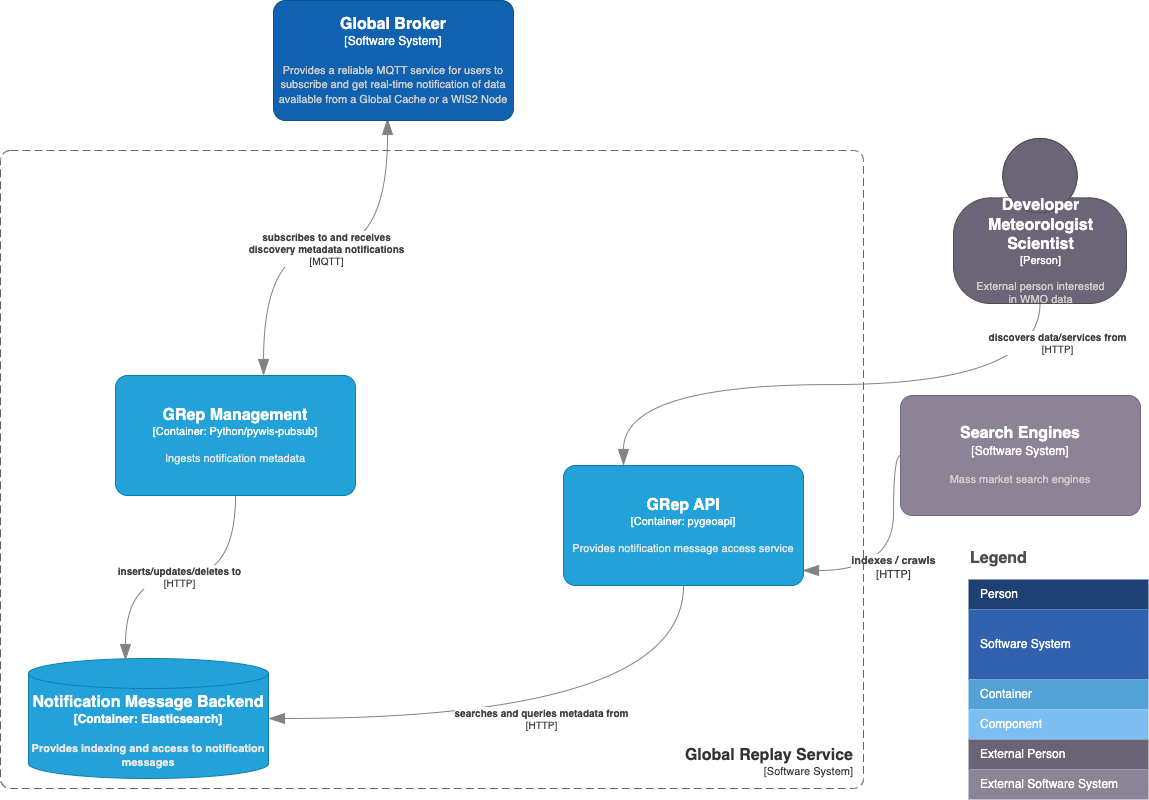
Earlier version of the draw.io export docs/architecture/c4.container.png (wmo-im/wis2-grep). Source tidied: cells renumbered, new cells last; positions are measured from the earlier drawing's top-left corner, leaving out a move shared by most shapes. Its diagram source:
```xml
<mxGraphModel>
  <root>
    <mxCell id="0" />
    <mxCell id="1" parent="0" />
    <mxCell id="2" value="Legend" style="align=left;fontSize=16;fontStyle=1;strokeColor=none;fillColor=none;fontColor=#4D4D4D;spacingTop=-8;" parent="1" vertex="1">
      <mxGeometry x="968" y="545" width="180" height="30" as="geometry" />
    </mxCell>
    <mxCell id="3" style="shape=table;html=1;whiteSpace=wrap;startSize=0;fillColor=none;align=left;spacingLeft=10;strokeColor=none;rounded=1;arcSize=11;fontColor=#FFFFFF;" parent="1" vertex="1">
      <mxGeometry x="968" y="579" width="180" height="220" as="geometry" />
    </mxCell>
    <mxCell id="4" value="Person" style="shape=partialRectangle;html=1;whiteSpace=wrap;fillColor=#1E4074;top=0;left=0;bottom=0;right=0;overflow=hidden;align=left;spacingLeft=10;strokeColor=none;fontColor=#FFFFFF;" parent="3" vertex="1">
      <mxGeometry width="180" height="30" as="geometry" />
    </mxCell>
    <mxCell id="5" value="Software System" style="shape=partialRectangle;html=1;whiteSpace=wrap;fillColor=#3162AF;top=0;left=0;bottom=0;right=0;overflow=hidden;align=left;spacingLeft=10;fontColor=#FFFFFF;" parent="3" vertex="1">
      <mxGeometry y="30" width="180" height="70" as="geometry" />
    </mxCell>
    <mxCell id="6" value="Container" style="shape=partialRectangle;html=1;whiteSpace=wrap;fillColor=#52A2D8;top=0;left=0;bottom=0;right=0;overflow=hidden;align=left;spacingLeft=10;fontColor=#FFFFFF;" parent="3" vertex="1">
      <mxGeometry y="100" width="180" height="30" as="geometry" />
    </mxCell>
    <mxCell id="7" value="Component" style="shape=partialRectangle;html=1;whiteSpace=wrap;fillColor=#7CBEF1;top=0;left=0;bottom=0;right=0;overflow=hidden;align=left;spacingLeft=10;fontColor=#FFFFFF;" parent="3" vertex="1">
      <mxGeometry y="130" width="180" height="30" as="geometry" />
    </mxCell>
    <mxCell id="8" value="External Person" style="shape=partialRectangle;html=1;whiteSpace=wrap;fillColor=#6B6477;top=0;left=0;bottom=0;right=0;overflow=hidden;align=left;spacingLeft=10;fontColor=#FFFFFF;" parent="3" vertex="1">
      <mxGeometry y="160" width="180" height="30" as="geometry" />
    </mxCell>
    <mxCell id="9" value="External Software System" style="shape=partialRectangle;html=1;whiteSpace=wrap;fillColor=#8B8496;top=0;left=0;bottom=0;right=0;overflow=hidden;align=left;spacingLeft=10;fontColor=#FFFFFF;" parent="3" vertex="1">
      <mxGeometry y="190" width="180" height="30" as="geometry" />
    </mxCell>
    <object id="10" label="&lt;div style=&quot;text-align: left&quot;&gt;&lt;div style=&quot;text-align: center&quot;&gt;&lt;b&gt;%c4Description%&lt;/b&gt;&lt;/div&gt;&lt;div style=&quot;text-align: center&quot;&gt;[%c4Technology%]&lt;/div&gt;&lt;/div&gt;" c4Description="discovers data/services from" c4Technology="HTTP" c4Type="Relationship" placeholders="1">
      <mxCell style="endArrow=blockThin;html=1;fontSize=10;fontColor=#404040;strokeWidth=1;endFill=1;strokeColor=#828282;elbow=vertical;endSize=14;startSize=14;jumpStyle=arc;jumpSize=16;rounded=0;edgeStyle=orthogonalEdgeStyle;curved=1;exitX=0.5;exitY=1;exitDx=0;exitDy=0;exitPerimeter=0;entryX=0.25;entryY=0;entryDx=0;entryDy=0;entryPerimeter=0;" parent="1" edge="1" source="20" target="17">
        <mxGeometry x="-0.87" y="18" relative="1" as="geometry" />
      </mxCell>
    </object>
    <object id="11" label="&lt;font style=&quot;font-size: 16px&quot;&gt;&lt;b&gt;%c4Name%&lt;/b&gt;&lt;/font&gt;&lt;div&gt;[%c4Type%]&lt;/div&gt;&lt;br&gt;&lt;div&gt;&lt;font style=&quot;font-size: 11px&quot;&gt;&lt;font color=&quot;#cccccc&quot;&gt;%c4Description%&lt;/font&gt;&lt;/div&gt;" c4Description="Mass market search engines" c4Name="Search Engines" c4Type="Software System" placeholders="1">
      <mxCell style="rounded=1;whiteSpace=wrap;html=1;labelBackgroundColor=none;fillColor=#8C8496;fontColor=#ffffff;align=center;arcSize=10;strokeColor=#736782;points=[[0.25,0,0],[0.5,0,0],[0.75,0,0],[1,0.25,0],[1,0.5,0],[1,0.75,0],[0.75,1,0],[0.5,1,0],[0.25,1,0],[0,0.75,0],[0,0.5,0],[0,0.25,0]];" parent="1" vertex="1">
        <mxGeometry x="900" y="395" width="240" height="120" as="geometry" />
      </mxCell>
    </object>
    <object id="12" label="&lt;div style=&quot;text-align: left; font-size: 11px;&quot;&gt;&lt;div style=&quot;text-align: center; font-size: 11px;&quot;&gt;&lt;b style=&quot;font-size: 11px;&quot;&gt;%c4Description%&lt;/b&gt;&lt;/div&gt;&lt;div style=&quot;text-align: center; font-size: 11px;&quot;&gt;[%c4Technology%]&lt;/div&gt;&lt;/div&gt;" c4Description="indexes / crawls" c4Technology="HTTP" c4Type="Relationship" placeholders="1">
      <mxCell style="endArrow=blockThin;html=1;fontSize=11;fontColor=#404040;strokeWidth=1;endFill=1;strokeColor=#828282;elbow=vertical;endSize=14;startSize=14;jumpStyle=arc;jumpSize=16;rounded=0;edgeStyle=orthogonalEdgeStyle;curved=1;exitX=0;exitY=0.5;exitDx=0;exitDy=0;exitPerimeter=0;entryX=0.996;entryY=0.875;entryDx=0;entryDy=0;entryPerimeter=0;" parent="1" edge="1" source="11" target="17">
        <mxGeometry x="0.12" relative="1" as="geometry">
          <Array as="points">
            <mxPoint x="893" y="455" />
            <mxPoint x="893" y="570" />
          </Array>
        </mxGeometry>
      </mxCell>
    </object>
    <object id="13" label="&lt;div style=&quot;text-align: left&quot;&gt;&lt;div style=&quot;text-align: center&quot;&gt;&lt;b&gt;%c4Description%&lt;/b&gt;&lt;/div&gt;&lt;div style=&quot;text-align: center&quot;&gt;[%c4Technology%]&lt;/div&gt;&lt;/div&gt;" c4Description="subscribes to and receives&#10;discovery metadata notifications" c4Technology="MQTT" c4Type="Relationship" placeholders="1">
      <mxCell style="endArrow=blockThin;html=1;fontSize=10;fontColor=#404040;strokeWidth=1;endFill=1;strokeColor=#828282;elbow=vertical;endSize=14;startSize=14;jumpStyle=arc;jumpSize=16;rounded=0;edgeStyle=orthogonalEdgeStyle;exitX=0.617;exitY=0;exitDx=0;exitDy=0;exitPerimeter=0;entryX=0.475;entryY=0.983;entryDx=0;entryDy=0;entryPerimeter=0;curved=1;startArrow=blockThin;startFill=1;" parent="1" edge="1" source="21" target="18">
        <mxGeometry relative="1" as="geometry" />
      </mxCell>
    </object>
    <object id="14" label="&lt;font style=&quot;font-size: 16px&quot;&gt;&lt;b&gt;%c4Type%&lt;/font&gt;&lt;div&gt;[%c4Container%:&amp;nbsp;%c4Technology%]&lt;/div&gt;&lt;br&gt;&lt;div&gt;&lt;font style=&quot;font-size: 11px&quot;&gt;&lt;font color=&quot;#E6E6E6&quot;&gt;%c4Description%&lt;/font&gt;&lt;/div&gt;" c4Container="Container" c4Description="Provides indexing and access to notification messages" c4Technology="Elasticsearch" c4Type="Notification Message Backend" placeholders="1">
      <mxCell style="shape=cylinder3;size=15;whiteSpace=wrap;html=1;boundedLbl=1;rounded=0;labelBackgroundColor=none;fillColor=#23A2D9;fontSize=12;fontColor=#ffffff;align=center;strokeColor=#0E7DAD;points=[[0.5,0,0],[1,0.25,0],[1,0.5,0],[1,0.75,0],[0.5,1,0],[0,0.75,0],[0,0.5,0],[0,0.25,0]];" parent="1" vertex="1">
        <mxGeometry x="28" y="658" width="240" height="120" as="geometry" />
      </mxCell>
    </object>
    <object id="15" label="&lt;div style=&quot;text-align: left&quot;&gt;&lt;div style=&quot;text-align: center&quot;&gt;&lt;b&gt;%c4Description%&lt;/b&gt;&lt;/div&gt;&lt;div style=&quot;text-align: center&quot;&gt;[%c4Technology%]&lt;/div&gt;&lt;/div&gt;" c4Description="searches and queries metadata from" c4Technology="HTTP" c4Type="Relationship" placeholders="1">
      <mxCell style="endArrow=blockThin;html=1;fontSize=10;fontColor=#404040;strokeWidth=1;endFill=1;strokeColor=#828282;elbow=vertical;endSize=14;startSize=14;jumpStyle=arc;jumpSize=16;rounded=0;edgeStyle=orthogonalEdgeStyle;curved=1;entryX=1;entryY=0.5;entryDx=0;entryDy=0;entryPerimeter=0;exitX=0.5;exitY=1;exitDx=0;exitDy=0;exitPerimeter=0;" parent="1" edge="1" source="17" target="14">
        <mxGeometry relative="1" as="geometry" />
      </mxCell>
    </object>
    <object id="16" label="&lt;div style=&quot;text-align: left&quot;&gt;&lt;div style=&quot;text-align: center&quot;&gt;&lt;b&gt;%c4Description%&lt;/b&gt;&lt;/div&gt;&lt;div style=&quot;text-align: center&quot;&gt;[%c4Technology%]&lt;/div&gt;&lt;/div&gt;" c4Description="inserts/updates/deletes to" c4Technology="HTTP" c4Type="Relationship" placeholders="1">
      <mxCell style="endArrow=blockThin;html=1;fontSize=10;fontColor=#404040;strokeWidth=1;endFill=1;strokeColor=#828282;elbow=vertical;endSize=14;startSize=14;jumpStyle=arc;jumpSize=16;rounded=0;edgeStyle=orthogonalEdgeStyle;curved=1;exitX=0.5;exitY=1;exitDx=0;exitDy=0;exitPerimeter=0;entryX=0.404;entryY=0.017;entryDx=0;entryDy=0;entryPerimeter=0;" parent="1" edge="1" source="21" target="14">
        <mxGeometry relative="1" as="geometry" />
      </mxCell>
    </object>
    <object id="17" label="&lt;font style=&quot;font-size: 16px&quot;&gt;&lt;b&gt;%c4Name%&lt;/b&gt;&lt;/font&gt;&lt;div&gt;[%c4Type%: %c4Technology%]&lt;/div&gt;&lt;br&gt;&lt;div&gt;&lt;font style=&quot;font-size: 11px&quot;&gt;&lt;font color=&quot;#E6E6E6&quot;&gt;%c4Description%&lt;/font&gt;&lt;/div&gt;" c4Description="Provides notification message access service" c4Name="GRep API" c4Technology="pygeoapi" c4Type="Container" placeholders="1">
      <mxCell style="rounded=1;whiteSpace=wrap;html=1;fontSize=11;labelBackgroundColor=none;fillColor=#23A2D9;fontColor=#ffffff;align=center;arcSize=10;strokeColor=#0E7DAD;points=[[0.25,0,0],[0.5,0,0],[0.75,0,0],[1,0.25,0],[1,0.5,0],[1,0.75,0],[0.75,1,0],[0.5,1,0],[0.25,1,0],[0,0.75,0],[0,0.5,0],[0,0.25,0]];" parent="1" vertex="1">
        <mxGeometry x="563" y="465" width="240" height="120" as="geometry" />
      </mxCell>
    </object>
    <object id="18" label="&lt;font style=&quot;font-size: 16px&quot;&gt;&lt;b&gt;%c4Name%&lt;/b&gt;&lt;/font&gt;&lt;div&gt;[%c4Type%]&lt;/div&gt;&lt;br&gt;&lt;div&gt;&lt;font style=&quot;font-size: 11px&quot;&gt;&lt;font color=&quot;#cccccc&quot;&gt;%c4Description%&lt;/font&gt;&lt;/div&gt;" c4Description="Provides a reliable MQTT service for users to subscribe and get real-time notification of data available from a Global Cache or a WIS2 Node" c4Name="Global Broker" c4Type="Software System" placeholders="1">
      <mxCell style="rounded=1;whiteSpace=wrap;html=1;labelBackgroundColor=none;fillColor=#1061B0;fontColor=#ffffff;align=center;arcSize=10;strokeColor=#0D5091;points=[[0.25,0,0],[0.5,0,0],[0.75,0,0],[1,0.25,0],[1,0.5,0],[1,0.75,0],[0.75,1,0],[0.5,1,0],[0.25,1,0],[0,0.75,0],[0,0.5,0],[0,0.25,0]];" parent="1" vertex="1">
        <mxGeometry x="273" width="240" height="120" as="geometry" />
      </mxCell>
    </object>
    <object id="19" label="&lt;font style=&quot;font-size: 16px&quot;&gt;&lt;b&gt;&lt;div style=&quot;&quot;&gt;%c4Name%&lt;/div&gt;&lt;/b&gt;&lt;/font&gt;&lt;div style=&quot;&quot;&gt;[%c4Application%]&lt;/div&gt;" c4Application="Software System" c4Name="Global Replay Service" c4Type="SystemScopeBoundary" placeholders="1">
      <mxCell style="rounded=1;fontSize=11;whiteSpace=wrap;html=1;dashed=1;arcSize=20;fillColor=none;strokeColor=#666666;fontColor=#333333;labelBackgroundColor=none;align=right;verticalAlign=bottom;labelBorderColor=none;spacingTop=0;spacing=10;dashPattern=8 4;perimeter=rectanglePerimeter;noLabel=0;labelPadding=0;absoluteArcSize=1;" parent="1" vertex="1">
        <mxGeometry y="150" width="863" height="638" as="geometry" />
      </mxCell>
    </object>
    <object id="20" label="&lt;font style=&quot;font-size: 16px&quot;&gt;&lt;b&gt;%c4Name%&lt;/b&gt;&lt;/font&gt;&lt;div&gt;[%c4Type%]&lt;/div&gt;&lt;br&gt;&lt;div&gt;&lt;font style=&quot;font-size: 11px&quot;&gt;&lt;font color=&quot;#cccccc&quot;&gt;%c4Description%&lt;/font&gt;&lt;/div&gt;" c4Description="External person interested &#10;in WMO data" c4Name="Developer &#10;Meteorologist &#10;Scientist" c4Type="Person" placeholders="1">
      <mxCell style="html=1;fontSize=11;dashed=0;whitespace=wrap;fillColor=#6C6477;strokeColor=#4D4D4D;fontColor=#ffffff;shape=mxgraph.c4.person2;align=center;points=[[0.5,0,0],[1,0.5,0],[1,0.75,0],[0.75,1,0],[0.5,1,0],[0.25,1,0],[0,0.75,0],[0,0.5,0]];" parent="1" vertex="1">
        <mxGeometry x="953" y="138" width="173" height="165" as="geometry" />
      </mxCell>
    </object>
    <object id="21" label="&lt;font style=&quot;font-size: 16px&quot;&gt;&lt;b&gt;%c4Name%&lt;/b&gt;&lt;/font&gt;&lt;div&gt;[%c4Type%: %c4Technology%]&lt;/div&gt;&lt;br&gt;&lt;div&gt;&lt;font style=&quot;font-size: 11px&quot;&gt;&lt;font color=&quot;#E6E6E6&quot;&gt;%c4Description%&lt;/font&gt;&lt;/div&gt;" c4Description="Ingests notification metadata" c4Name="GRep Management" c4Technology="Python/pywis-pubsub" c4Type="Container" placeholders="1">
      <mxCell style="rounded=1;whiteSpace=wrap;html=1;fontSize=11;labelBackgroundColor=none;fillColor=#23A2D9;fontColor=#ffffff;align=center;arcSize=10;strokeColor=#0E7DAD;points=[[0.25,0,0],[0.5,0,0],[0.75,0,0],[1,0.25,0],[1,0.5,0],[1,0.75,0],[0.75,1,0],[0.5,1,0],[0.25,1,0],[0,0.75,0],[0,0.5,0],[0,0.25,0]];" parent="1" vertex="1">
        <mxGeometry x="115" y="375" width="240" height="120" as="geometry" />
      </mxCell>
    </object>
  </root>
</mxGraphModel>
```
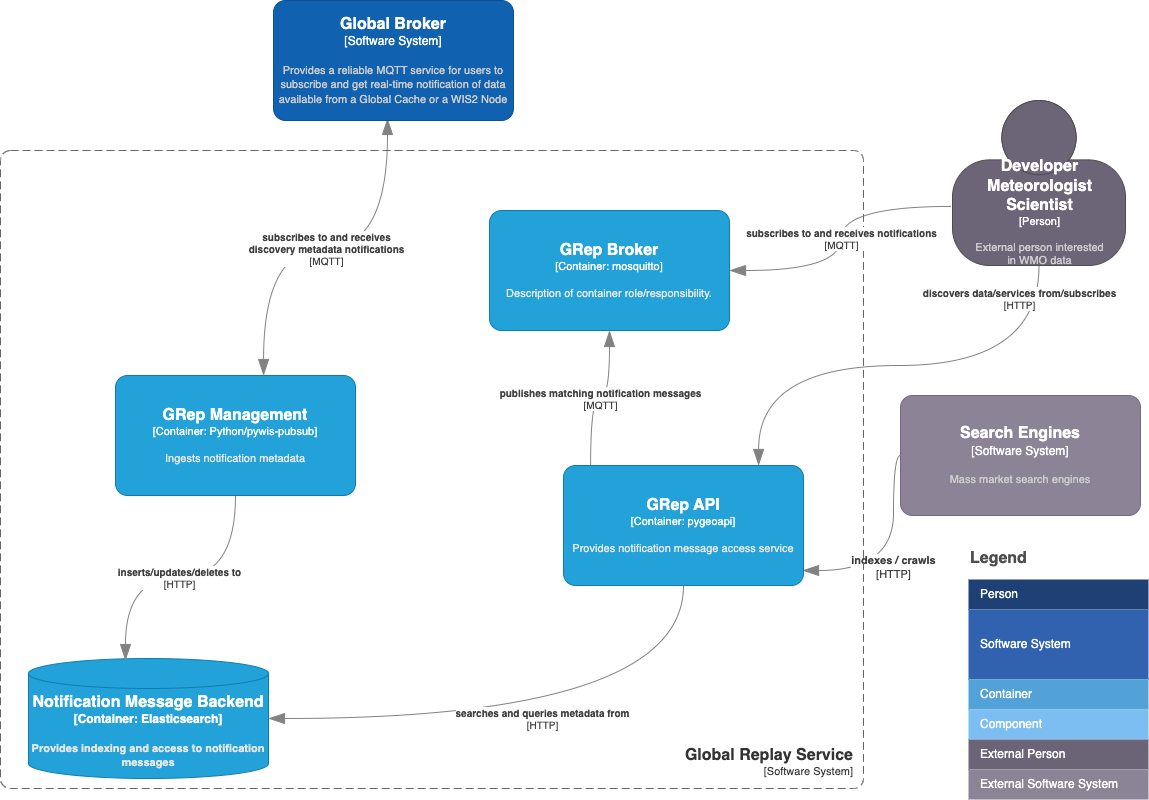
The same diagram one commit later.

Diff of the diagram source:
```diff
@@ -26,9 +26,9 @@
     <mxCell id="9" value="External Software System" style="shape=partialRectangle;html=1;whiteSpace=wrap;fillColor=#8B8496;top=0;left=0;bottom=0;right=0;overflow=hidden;align=left;spacingLeft=10;fontColor=#FFFFFF;" parent="3" vertex="1">
       <mxGeometry y="190" width="180" height="30" as="geometry" />
     </mxCell>
-    <object id="10" label="&lt;div style=&quot;text-align: left&quot;&gt;&lt;div style=&quot;text-align: center&quot;&gt;&lt;b&gt;%c4Description%&lt;/b&gt;&lt;/div&gt;&lt;div style=&quot;text-align: center&quot;&gt;[%c4Technology%]&lt;/div&gt;&lt;/div&gt;" c4Description="discovers data/services from" c4Technology="HTTP" c4Type="Relationship" placeholders="1">
-      <mxCell style="endArrow=blockThin;html=1;fontSize=10;fontColor=#404040;strokeWidth=1;endFill=1;strokeColor=#828282;elbow=vertical;endSize=14;startSize=14;jumpStyle=arc;jumpSize=16;rounded=0;edgeStyle=orthogonalEdgeStyle;curved=1;exitX=0.5;exitY=1;exitDx=0;exitDy=0;exitPerimeter=0;entryX=0.25;entryY=0;entryDx=0;entryDy=0;entryPerimeter=0;" parent="1" edge="1" source="20" target="17">
-        <mxGeometry x="-0.87" y="18" relative="1" as="geometry" />
+    <object id="10" label="&lt;div style=&quot;text-align: left&quot;&gt;&lt;div style=&quot;text-align: center&quot;&gt;&lt;b&gt;%c4Description%&lt;/b&gt;&lt;/div&gt;&lt;div style=&quot;text-align: center&quot;&gt;[%c4Technology%]&lt;/div&gt;&lt;/div&gt;" c4Description="discovers data/services from/subscribes" c4Technology="HTTP" c4Type="Relationship" placeholders="1">
+      <mxCell style="endArrow=blockThin;html=1;fontSize=10;fontColor=#404040;strokeWidth=1;endFill=1;strokeColor=#828282;elbow=vertical;endSize=14;startSize=14;jumpStyle=arc;jumpSize=16;rounded=0;edgeStyle=orthogonalEdgeStyle;curved=1;exitX=0.5;exitY=1;exitDx=0;exitDy=0;exitPerimeter=0;entryX=0.813;entryY=0;entryDx=0;entryDy=0;entryPerimeter=0;" parent="1" edge="1" source="20" target="17">
+        <mxGeometry x="-0.86" y="-20" relative="1" as="geometry" />
       </mxCell>
     </object>
     <object id="11" label="&lt;font style=&quot;font-size: 16px&quot;&gt;&lt;b&gt;%c4Name%&lt;/b&gt;&lt;/font&gt;&lt;div&gt;[%c4Type%]&lt;/div&gt;&lt;br&gt;&lt;div&gt;&lt;font style=&quot;font-size: 11px&quot;&gt;&lt;font color=&quot;#cccccc&quot;&gt;%c4Description%&lt;/font&gt;&lt;/div&gt;" c4Description="Mass market search engines" c4Name="Search Engines" c4Type="Software System" placeholders="1">
@@ -83,7 +83,7 @@
     </object>
     <object id="20" label="&lt;font style=&quot;font-size: 16px&quot;&gt;&lt;b&gt;%c4Name%&lt;/b&gt;&lt;/font&gt;&lt;div&gt;[%c4Type%]&lt;/div&gt;&lt;br&gt;&lt;div&gt;&lt;font style=&quot;font-size: 11px&quot;&gt;&lt;font color=&quot;#cccccc&quot;&gt;%c4Description%&lt;/font&gt;&lt;/div&gt;" c4Description="External person interested &#10;in WMO data" c4Name="Developer &#10;Meteorologist &#10;Scientist" c4Type="Person" placeholders="1">
       <mxCell style="html=1;fontSize=11;dashed=0;whitespace=wrap;fillColor=#6C6477;strokeColor=#4D4D4D;fontColor=#ffffff;shape=mxgraph.c4.person2;align=center;points=[[0.5,0,0],[1,0.5,0],[1,0.75,0],[0.75,1,0],[0.5,1,0],[0.25,1,0],[0,0.75,0],[0,0.5,0]];" parent="1" vertex="1">
-        <mxGeometry x="953" y="138" width="173" height="165" as="geometry" />
+        <mxGeometry x="952" y="100" width="173" height="165" as="geometry" />
       </mxCell>
     </object>
     <object id="21" label="&lt;font style=&quot;font-size: 16px&quot;&gt;&lt;b&gt;%c4Name%&lt;/b&gt;&lt;/font&gt;&lt;div&gt;[%c4Type%: %c4Technology%]&lt;/div&gt;&lt;br&gt;&lt;div&gt;&lt;font style=&quot;font-size: 11px&quot;&gt;&lt;font color=&quot;#E6E6E6&quot;&gt;%c4Description%&lt;/font&gt;&lt;/div&gt;" c4Description="Ingests notification metadata" c4Name="GRep Management" c4Technology="Python/pywis-pubsub" c4Type="Container" placeholders="1">
@@ -91,5 +91,20 @@
         <mxGeometry x="115" y="375" width="240" height="120" as="geometry" />
       </mxCell>
     </object>
+    <object id="22" label="&lt;font style=&quot;font-size: 16px&quot;&gt;&lt;b&gt;%c4Name%&lt;/b&gt;&lt;/font&gt;&lt;div&gt;[%c4Type%: %c4Technology%]&lt;/div&gt;&lt;br&gt;&lt;div&gt;&lt;font style=&quot;font-size: 11px&quot;&gt;&lt;font color=&quot;#E6E6E6&quot;&gt;%c4Description%&lt;/font&gt;&lt;/div&gt;" c4Description="Description of container role/responsibility." c4Name="GRep Broker" c4Technology="mosquitto" c4Type="Container" placeholders="1">
+      <mxCell style="rounded=1;whiteSpace=wrap;html=1;fontSize=11;labelBackgroundColor=none;fillColor=#23A2D9;fontColor=#ffffff;align=center;arcSize=10;strokeColor=#0E7DAD;points=[[0.25,0,0],[0.5,0,0],[0.75,0,0],[1,0.25,0],[1,0.5,0],[1,0.75,0],[0.75,1,0],[0.5,1,0],[0.25,1,0],[0,0.75,0],[0,0.5,0],[0,0.25,0]];" parent="1" vertex="1">
+        <mxGeometry x="489" y="210" width="240" height="120" as="geometry" />
+      </mxCell>
+    </object>
+    <object id="23" label="&lt;div style=&quot;text-align: left&quot;&gt;&lt;div style=&quot;text-align: center&quot;&gt;&lt;b&gt;%c4Description%&lt;/b&gt;&lt;/div&gt;&lt;div style=&quot;text-align: center&quot;&gt;[%c4Technology%]&lt;/div&gt;&lt;/div&gt;" c4Description="publishes matching notification messages" c4Technology="MQTT" c4Type="Relationship" placeholders="1">
+      <mxCell style="endArrow=blockThin;html=1;fontSize=10;fontColor=#404040;strokeWidth=1;endFill=1;strokeColor=#828282;elbow=vertical;endSize=14;startSize=14;jumpStyle=arc;jumpSize=16;rounded=0;edgeStyle=orthogonalEdgeStyle;exitX=0.113;exitY=-0.008;exitDx=0;exitDy=0;exitPerimeter=0;curved=1;" parent="1" edge="1" source="17" target="22">
+        <mxGeometry relative="1" as="geometry" />
+      </mxCell>
+    </object>
+    <object id="24" label="&lt;div style=&quot;text-align: left&quot;&gt;&lt;div style=&quot;text-align: center&quot;&gt;&lt;b&gt;%c4Description%&lt;/b&gt;&lt;/div&gt;&lt;div style=&quot;text-align: center&quot;&gt;[%c4Technology%]&lt;/div&gt;&lt;/div&gt;" c4Description="subscribes to and receives notifications" c4Technology="MQTT" c4Type="Relationship" placeholders="1">
+      <mxCell style="endArrow=blockThin;html=1;fontSize=10;fontColor=#404040;strokeWidth=1;endFill=1;strokeColor=#828282;elbow=vertical;endSize=14;startSize=14;jumpStyle=arc;jumpSize=16;rounded=0;edgeStyle=orthogonalEdgeStyle;exitX=-0.006;exitY=0.642;exitDx=0;exitDy=0;exitPerimeter=0;entryX=1;entryY=0.5;entryDx=0;entryDy=0;entryPerimeter=0;curved=1;" parent="1" edge="1" source="20" target="22">
+        <mxGeometry relative="1" as="geometry" />
+      </mxCell>
+    </object>
   </root>
 </mxGraphModel>
```
